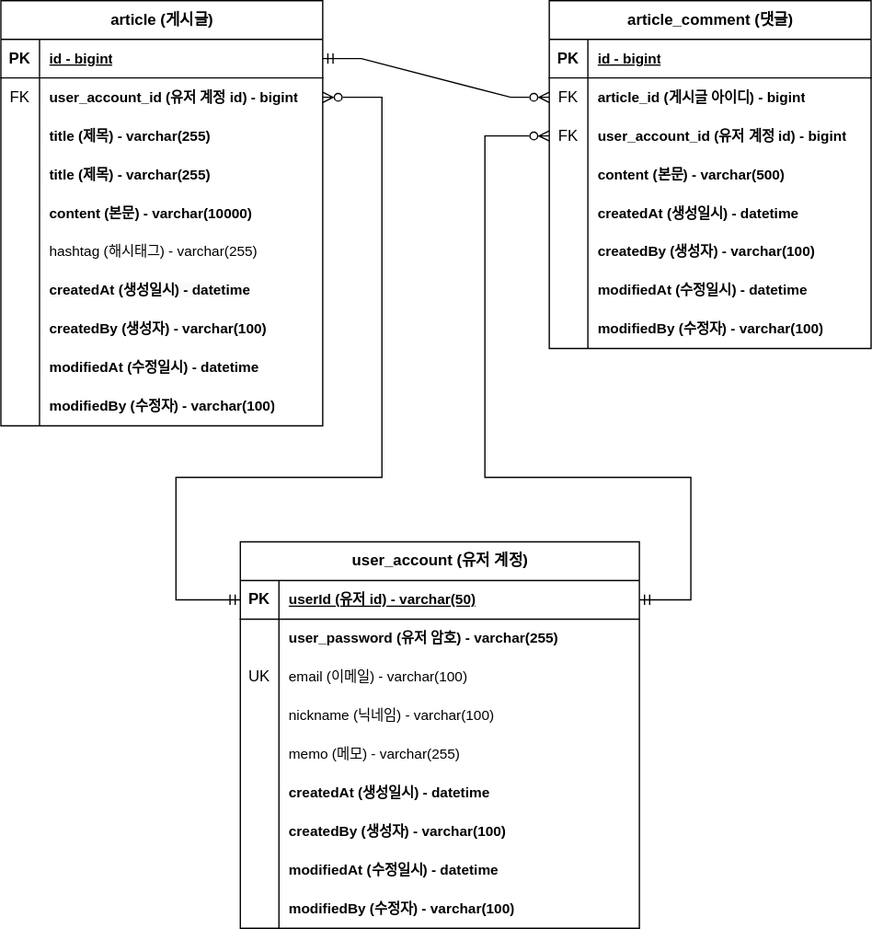
This is document/board-project-erd.svg from somang-lim/board-project, a draw.io export, as it was before one commit. Source tidied: cells renumbered, new cells last; positions are measured from the earlier drawing's top-left corner, leaving out a move shared by most shapes.
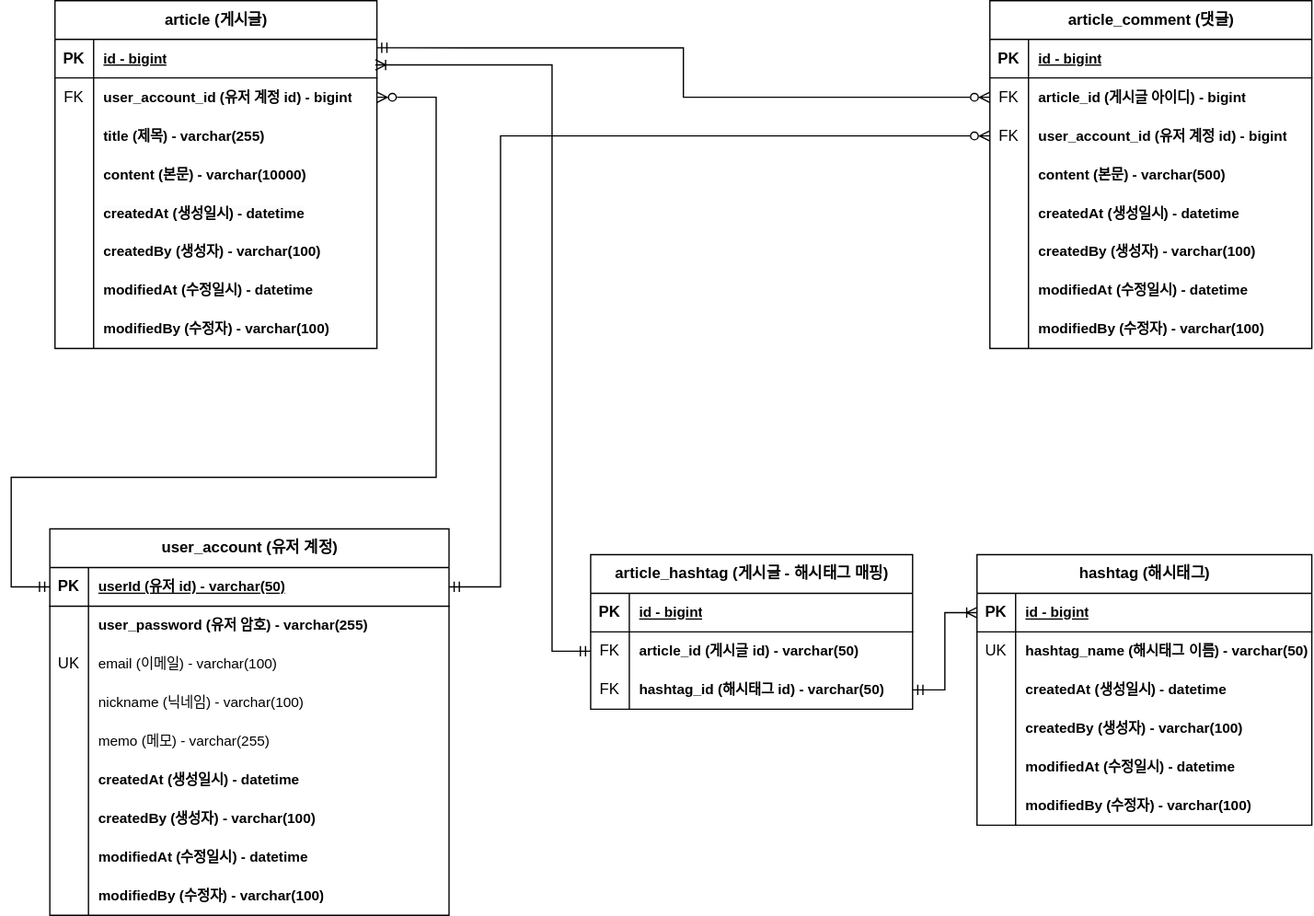
After the change.

Commit message:
#60 - board-project-erd.svg 업데이트: 대댓글, 해시태그

Change to the diagram source:
```diff
@@ -3,7 +3,7 @@
     <mxCell id="0" />
     <mxCell id="1" parent="0" />
     <mxCell id="2" value="article (게시글)" style="shape=table;startSize=30;rowLines=0;fontStyle=1;align=center;html=1;" parent="1" vertex="1">
-      <mxGeometry width="250" height="330" as="geometry" />
+      <mxGeometry width="250" height="270" as="geometry" />
     </mxCell>
     <mxCell id="3" style="shape=tableRow;horizontal=0;startSize=0;swimlaneHead=0;swimlaneBody=0;fillColor=none;points=[[0,0.5],[1,0.5]];portConstraint=eastwest;top=0;left=0;right=0;bottom=1;" parent="2" vertex="1">
       <mxGeometry y="30" width="250" height="30" as="geometry" />
@@ -32,17 +32,8 @@
     <mxCell id="11" value="title (제목) - varchar(255)" style="shape=partialRectangle;fillColor=none;top=0;left=0;bottom=0;right=0;align=left;spacingLeft=6;overflow=hidden;whiteSpace=wrap;html=1;fontStyle=1;fontSize=11;" parent="9" vertex="1">
       <mxGeometry x="30" width="220" height="30" as="geometry" />
     </mxCell>
-    <mxCell id="12" style="shape=tableRow;horizontal=0;startSize=0;swimlaneHead=0;swimlaneBody=0;fillColor=none;top=0;left=0;right=0;bottom=0;" parent="2" vertex="1">
-      <mxGeometry y="120" width="250" height="30" as="geometry" />
-    </mxCell>
-    <mxCell id="13" style="shape=partialRectangle;fillColor=none;top=0;left=0;bottom=0;right=0;overflow=hidden;whiteSpace=wrap;html=1;" parent="12" vertex="1">
-      <mxGeometry width="30" height="30" as="geometry" />
-    </mxCell>
-    <mxCell id="14" value="title (제목) - varchar(255)" style="shape=partialRectangle;fillColor=none;top=0;left=0;bottom=0;right=0;align=left;spacingLeft=6;overflow=hidden;whiteSpace=wrap;html=1;fontStyle=1;fontSize=11;" parent="12" vertex="1">
-      <mxGeometry x="30" width="220" height="30" as="geometry" />
-    </mxCell>
     <mxCell id="15" style="shape=tableRow;horizontal=0;startSize=0;swimlaneHead=0;swimlaneBody=0;fillColor=none;top=0;left=0;right=0;bottom=0;" parent="2" vertex="1">
-      <mxGeometry y="150" width="250" height="30" as="geometry" />
+      <mxGeometry y="120" width="250" height="30" as="geometry" />
     </mxCell>
     <mxCell id="16" style="shape=partialRectangle;fillColor=none;top=0;left=0;bottom=0;right=0;overflow=hidden;whiteSpace=wrap;html=1;" parent="15" vertex="1">
       <mxGeometry width="30" height="30" as="geometry" />
@@ -50,17 +41,8 @@
     <mxCell id="17" value="&lt;b&gt;content (본문) - varchar(10000)&lt;/b&gt;" style="shape=partialRectangle;fillColor=none;top=0;left=0;bottom=0;right=0;align=left;spacingLeft=6;overflow=hidden;whiteSpace=wrap;html=1;fontSize=11;" parent="15" vertex="1">
       <mxGeometry x="30" width="220" height="30" as="geometry" />
     </mxCell>
-    <mxCell id="18" style="shape=tableRow;horizontal=0;startSize=0;swimlaneHead=0;swimlaneBody=0;fillColor=none;top=0;left=0;right=0;bottom=0;" parent="2" vertex="1">
-      <mxGeometry y="180" width="250" height="30" as="geometry" />
-    </mxCell>
-    <mxCell id="19" style="shape=partialRectangle;fillColor=none;top=0;left=0;bottom=0;right=0;overflow=hidden;whiteSpace=wrap;html=1;" parent="18" vertex="1">
-      <mxGeometry width="30" height="30" as="geometry" />
-    </mxCell>
-    <mxCell id="20" value="&lt;span style=&quot;font-weight: normal;&quot;&gt;hashtag (해시태그) - varchar(255)&lt;/span&gt;" style="shape=partialRectangle;fillColor=none;top=0;left=0;bottom=0;right=0;align=left;spacingLeft=6;overflow=hidden;whiteSpace=wrap;html=1;fontStyle=1;fontSize=11;" parent="18" vertex="1">
-      <mxGeometry x="30" width="220" height="30" as="geometry" />
-    </mxCell>
     <mxCell id="21" style="shape=tableRow;horizontal=0;startSize=0;swimlaneHead=0;swimlaneBody=0;fillColor=none;top=0;left=0;right=0;bottom=0;" parent="2" vertex="1">
-      <mxGeometry y="210" width="250" height="30" as="geometry" />
+      <mxGeometry y="150" width="250" height="30" as="geometry" />
     </mxCell>
     <mxCell id="22" style="shape=partialRectangle;fillColor=none;top=0;left=0;bottom=0;right=0;overflow=hidden;whiteSpace=wrap;html=1;" parent="21" vertex="1">
       <mxGeometry width="30" height="30" as="geometry" />
@@ -69,7 +51,7 @@
       <mxGeometry x="30" width="220" height="30" as="geometry" />
     </mxCell>
     <mxCell id="24" style="shape=tableRow;horizontal=0;startSize=0;swimlaneHead=0;swimlaneBody=0;fillColor=none;top=0;left=0;right=0;bottom=0;" parent="2" vertex="1">
-      <mxGeometry y="240" width="250" height="30" as="geometry" />
+      <mxGeometry y="180" width="250" height="30" as="geometry" />
     </mxCell>
     <mxCell id="25" style="shape=partialRectangle;fillColor=none;top=0;left=0;bottom=0;right=0;overflow=hidden;whiteSpace=wrap;html=1;" parent="24" vertex="1">
       <mxGeometry width="30" height="30" as="geometry" />
@@ -78,7 +60,7 @@
       <mxGeometry x="30" width="220" height="30" as="geometry" />
     </mxCell>
     <mxCell id="27" style="shape=tableRow;horizontal=0;startSize=0;swimlaneHead=0;swimlaneBody=0;fillColor=none;top=0;left=0;right=0;bottom=0;" parent="2" vertex="1">
-      <mxGeometry y="270" width="250" height="30" as="geometry" />
+      <mxGeometry y="210" width="250" height="30" as="geometry" />
     </mxCell>
     <mxCell id="28" style="shape=partialRectangle;fillColor=none;top=0;left=0;bottom=0;right=0;overflow=hidden;whiteSpace=wrap;html=1;" parent="27" vertex="1">
       <mxGeometry width="30" height="30" as="geometry" />
@@ -87,7 +69,7 @@
       <mxGeometry x="30" width="220" height="30" as="geometry" />
     </mxCell>
     <mxCell id="30" style="shape=tableRow;horizontal=0;startSize=0;swimlaneHead=0;swimlaneBody=0;fillColor=none;top=0;left=0;right=0;bottom=0;" parent="2" vertex="1">
-      <mxGeometry y="300" width="250" height="30" as="geometry" />
+      <mxGeometry y="240" width="250" height="30" as="geometry" />
     </mxCell>
     <mxCell id="31" style="shape=partialRectangle;fillColor=none;top=0;left=0;bottom=0;right=0;overflow=hidden;whiteSpace=wrap;html=1;" parent="30" vertex="1">
       <mxGeometry width="30" height="30" as="geometry" />
@@ -96,7 +78,7 @@
       <mxGeometry x="30" width="220" height="30" as="geometry" />
     </mxCell>
     <mxCell id="33" value="article_comment (댓글)" style="shape=table;startSize=30;rowLines=0;fontStyle=1;align=center;html=1;" parent="1" vertex="1">
-      <mxGeometry x="426" width="250" height="270" as="geometry" />
+      <mxGeometry x="726" width="250" height="270" as="geometry" />
     </mxCell>
     <mxCell id="34" style="shape=tableRow;horizontal=0;startSize=0;swimlaneHead=0;swimlaneBody=0;fillColor=none;top=0;left=0;right=0;bottom=1;" parent="33" vertex="1">
       <mxGeometry y="30" width="250" height="30" as="geometry" />
@@ -170,11 +152,11 @@
     <mxCell id="57" value="modifiedBy (수정자) - varchar(100)" style="shape=partialRectangle;fillColor=none;top=0;left=0;bottom=0;right=0;align=left;spacingLeft=6;overflow=hidden;whiteSpace=wrap;html=1;fontStyle=1;fontSize=11;" parent="55" vertex="1">
       <mxGeometry x="30" width="220" height="30" as="geometry" />
     </mxCell>
-    <mxCell id="58" style="rounded=0;jettySize=auto;html=1;exitX=1;exitY=0.5;exitDx=0;exitDy=0;entryX=0;entryY=0.5;entryDx=0;entryDy=0;edgeStyle=entityRelationEdgeStyle;endArrow=ERzeroToMany;endFill=0;startArrow=ERmandOne;startFill=0;" parent="1" edge="1" source="3" target="37">
+    <mxCell id="58" style="rounded=0;jettySize=auto;html=1;exitX=0.999;exitY=0.22;exitDx=0;exitDy=0;entryX=0;entryY=0.5;entryDx=0;entryDy=0;edgeStyle=orthogonalEdgeStyle;endArrow=ERzeroToMany;endFill=0;startArrow=ERmandOne;startFill=0;exitPerimeter=0;" parent="1" edge="1" source="3" target="37">
       <mxGeometry relative="1" as="geometry" />
     </mxCell>
     <mxCell id="59" value="user_account (유저 계정)" style="shape=table;startSize=30;rowLines=0;fontStyle=1;align=center;html=1;" parent="1" vertex="1">
-      <mxGeometry x="186" y="420" width="310" height="300" as="geometry" />
+      <mxGeometry x="-4" y="410" width="310" height="300" as="geometry" />
     </mxCell>
     <mxCell id="60" style="shape=tableRow;horizontal=0;startSize=0;swimlaneHead=0;swimlaneBody=0;fillColor=none;points=[[0,0.5],[1,0.5]];portConstraint=eastwest;top=0;left=0;right=0;bottom=1;" parent="59" vertex="1">
       <mxGeometry y="30" width="310" height="30" as="geometry" />
@@ -257,25 +239,121 @@
     <mxCell id="86" value="modifiedBy (수정자) - varchar(100)" style="shape=partialRectangle;fillColor=none;top=0;left=0;bottom=0;right=0;align=left;spacingLeft=6;overflow=hidden;whiteSpace=wrap;html=1;fontStyle=1;fontSize=11;" parent="84" vertex="1">
       <mxGeometry x="30" width="280" height="30" as="geometry" />
     </mxCell>
-    <mxCell id="87" style="edgeStyle=orthogonalEdgeStyle;rounded=0;jettySize=auto;html=1;endArrow=ERmandOne;endFill=0;exitX=1;exitY=0.5;exitDx=0;exitDy=0;startArrow=ERzeroToMany;startFill=0;" parent="1" edge="1" source="6" target="60">
+    <mxCell id="87" style="edgeStyle=orthogonalEdgeStyle;rounded=0;jettySize=auto;html=1;endArrow=ERmandOne;endFill=0;exitX=1;exitY=0.5;exitDx=0;exitDy=0;startArrow=ERzeroToMany;startFill=0;entryX=0;entryY=0.5;entryDx=0;entryDy=0;" parent="1" edge="1" source="6" target="60">
       <mxGeometry relative="1" as="geometry">
         <Array as="points">
           <mxPoint x="296" y="75" />
           <mxPoint x="296" y="370" />
-          <mxPoint x="136" y="370" />
-          <mxPoint x="136" y="465" />
+          <mxPoint x="-34" y="370" />
+          <mxPoint x="-34" y="455" />
         </Array>
       </mxGeometry>
     </mxCell>
     <mxCell id="88" style="edgeStyle=orthogonalEdgeStyle;rounded=0;jettySize=auto;html=1;exitX=0;exitY=0.5;exitDx=0;exitDy=0;entryX=1;entryY=0.5;entryDx=0;entryDy=0;endArrow=ERmandOne;endFill=0;startArrow=ERzeroToMany;startFill=0;" parent="1" edge="1" source="40" target="60">
       <mxGeometry relative="1" as="geometry">
         <Array as="points">
-          <mxPoint x="376" y="105" />
-          <mxPoint x="376" y="370" />
-          <mxPoint x="536" y="370" />
-          <mxPoint x="536" y="465" />
+          <mxPoint x="346" y="105" />
+          <mxPoint x="346" y="455" />
         </Array>
       </mxGeometry>
     </mxCell>
+    <mxCell id="89" value="article_hashtag (게시글 - 해시태그 매핑)" style="shape=table;startSize=30;rowLines=0;fontStyle=1;align=center;html=1;" parent="1" vertex="1">
+      <mxGeometry x="416" y="430" width="250" height="120" as="geometry" />
+    </mxCell>
+    <mxCell id="90" style="shape=tableRow;horizontal=0;startSize=0;swimlaneHead=0;swimlaneBody=0;fillColor=none;top=0;left=0;right=0;bottom=1;" parent="89" vertex="1">
+      <mxGeometry y="30" width="250" height="30" as="geometry" />
+    </mxCell>
+    <mxCell id="91" value="PK" style="shape=partialRectangle;fillColor=none;top=0;left=0;bottom=0;right=0;fontStyle=1;overflow=hidden;whiteSpace=wrap;html=1;" parent="90" vertex="1">
+      <mxGeometry width="30" height="30" as="geometry" />
+    </mxCell>
+    <mxCell id="92" value="id - bigint" style="shape=partialRectangle;fillColor=none;top=0;left=0;bottom=0;right=0;align=left;spacingLeft=6;fontStyle=5;overflow=hidden;whiteSpace=wrap;html=1;fontSize=11;" parent="90" vertex="1">
+      <mxGeometry x="30" width="220" height="30" as="geometry" />
+    </mxCell>
+    <mxCell id="93" style="shape=tableRow;horizontal=0;startSize=0;swimlaneHead=0;swimlaneBody=0;fillColor=none;points=[[0,0.5],[1,0.5]];portConstraint=eastwest;top=0;left=0;right=0;bottom=0;" parent="89" vertex="1">
+      <mxGeometry y="60" width="250" height="30" as="geometry" />
+    </mxCell>
+    <mxCell id="94" value="FK" style="shape=partialRectangle;fillColor=none;top=0;left=0;bottom=0;right=0;overflow=hidden;whiteSpace=wrap;html=1;" parent="93" vertex="1">
+      <mxGeometry width="30" height="30" as="geometry" />
+    </mxCell>
+    <mxCell id="95" value="article_id (게시글 id) - varchar(50)" style="shape=partialRectangle;fillColor=none;top=0;left=0;bottom=0;right=0;align=left;spacingLeft=6;overflow=hidden;whiteSpace=wrap;html=1;fontStyle=1;fontSize=11;" parent="93" vertex="1">
+      <mxGeometry x="30" width="220" height="30" as="geometry" />
+    </mxCell>
+    <mxCell id="96" style="shape=tableRow;horizontal=0;startSize=0;swimlaneHead=0;swimlaneBody=0;fillColor=none;points=[[0,0.5],[1,0.5]];portConstraint=eastwest;top=0;left=0;right=0;bottom=0;" parent="89" vertex="1">
+      <mxGeometry y="90" width="250" height="30" as="geometry" />
+    </mxCell>
+    <mxCell id="97" value="FK" style="shape=partialRectangle;fillColor=none;top=0;left=0;bottom=0;right=0;overflow=hidden;whiteSpace=wrap;html=1;" parent="96" vertex="1">
+      <mxGeometry width="30" height="30" as="geometry" />
+    </mxCell>
+    <mxCell id="98" value="hashtag_id (해시태그 id) - varchar(50)" style="shape=partialRectangle;fillColor=none;top=0;left=0;bottom=0;right=0;align=left;spacingLeft=6;overflow=hidden;whiteSpace=wrap;html=1;fontStyle=1;fontSize=11;" parent="96" vertex="1">
+      <mxGeometry x="30" width="220" height="30" as="geometry" />
+    </mxCell>
+    <mxCell id="99" style="edgeStyle=orthogonalEdgeStyle;rounded=0;jettySize=auto;html=1;exitX=0;exitY=0.5;exitDx=0;exitDy=0;entryX=0.995;entryY=0.664;entryDx=0;entryDy=0;entryPerimeter=0;endArrow=ERoneToMany;endFill=0;startArrow=ERmandOne;startFill=0;" parent="1" edge="1" source="93" target="3">
+      <mxGeometry relative="1" as="geometry">
+        <Array as="points">
+          <mxPoint x="386" y="505" />
+          <mxPoint x="386" y="50" />
+        </Array>
+      </mxGeometry>
+    </mxCell>
+    <mxCell id="100" value="hashtag (해시태그)" style="shape=table;startSize=30;rowLines=0;fontStyle=1;align=center;html=1;" parent="1" vertex="1">
+      <mxGeometry x="716" y="430" width="260" height="210" as="geometry" />
+    </mxCell>
+    <mxCell id="101" style="shape=tableRow;horizontal=0;startSize=0;swimlaneHead=0;swimlaneBody=0;fillColor=none;points=[[0,0.5],[1,0.5]];portConstraint=eastwest;top=0;left=0;right=0;bottom=1;" parent="100" vertex="1">
+      <mxGeometry y="30" width="260" height="30" as="geometry" />
+    </mxCell>
+    <mxCell id="102" value="PK" style="shape=partialRectangle;fillColor=none;top=0;left=0;bottom=0;right=0;fontStyle=1;overflow=hidden;whiteSpace=wrap;html=1;" parent="101" vertex="1">
+      <mxGeometry width="30" height="30" as="geometry" />
+    </mxCell>
+    <mxCell id="103" value="id - bigint" style="shape=partialRectangle;fillColor=none;top=0;left=0;bottom=0;right=0;align=left;spacingLeft=6;fontStyle=5;overflow=hidden;whiteSpace=wrap;html=1;fontSize=11;" parent="101" vertex="1">
+      <mxGeometry x="30" width="230" height="30" as="geometry" />
+    </mxCell>
+    <mxCell id="104" style="shape=tableRow;horizontal=0;startSize=0;swimlaneHead=0;swimlaneBody=0;fillColor=none;top=0;left=0;right=0;bottom=0;" parent="100" vertex="1">
+      <mxGeometry y="60" width="260" height="30" as="geometry" />
+    </mxCell>
+    <mxCell id="105" value="UK" style="shape=partialRectangle;fillColor=none;top=0;left=0;bottom=0;right=0;overflow=hidden;whiteSpace=wrap;html=1;" parent="104" vertex="1">
+      <mxGeometry width="30" height="30" as="geometry" />
+    </mxCell>
+    <mxCell id="106" value="hashtag_name (해시태그 이름) - varchar(50)" style="shape=partialRectangle;fillColor=none;top=0;left=0;bottom=0;right=0;align=left;spacingLeft=6;overflow=hidden;whiteSpace=wrap;html=1;fontStyle=1;fontSize=11;" parent="104" vertex="1">
+      <mxGeometry x="30" width="230" height="30" as="geometry" />
+    </mxCell>
+    <mxCell id="107" style="shape=tableRow;horizontal=0;startSize=0;swimlaneHead=0;swimlaneBody=0;fillColor=none;top=0;left=0;right=0;bottom=0;" parent="100" vertex="1">
+      <mxGeometry y="90" width="260" height="30" as="geometry" />
+    </mxCell>
+    <mxCell id="108" style="shape=partialRectangle;fillColor=none;top=0;left=0;bottom=0;right=0;overflow=hidden;whiteSpace=wrap;html=1;" parent="107" vertex="1">
+      <mxGeometry width="30" height="30" as="geometry" />
+    </mxCell>
+    <mxCell id="109" value="createdAt (생성일시) - datetime" style="shape=partialRectangle;fillColor=none;top=0;left=0;bottom=0;right=0;align=left;spacingLeft=6;overflow=hidden;whiteSpace=wrap;html=1;fontStyle=1;fontSize=11;" parent="107" vertex="1">
+      <mxGeometry x="30" width="230" height="30" as="geometry" />
+    </mxCell>
+    <mxCell id="110" style="shape=tableRow;horizontal=0;startSize=0;swimlaneHead=0;swimlaneBody=0;fillColor=none;top=0;left=0;right=0;bottom=0;" parent="100" vertex="1">
+      <mxGeometry y="120" width="260" height="30" as="geometry" />
+    </mxCell>
+    <mxCell id="111" style="shape=partialRectangle;fillColor=none;top=0;left=0;bottom=0;right=0;overflow=hidden;whiteSpace=wrap;html=1;" parent="110" vertex="1">
+      <mxGeometry width="30" height="30" as="geometry" />
+    </mxCell>
+    <mxCell id="112" value="createdBy (생성자) - varchar(100)" style="shape=partialRectangle;fillColor=none;top=0;left=0;bottom=0;right=0;align=left;spacingLeft=6;overflow=hidden;whiteSpace=wrap;html=1;fontStyle=1;fontSize=11;" parent="110" vertex="1">
+      <mxGeometry x="30" width="230" height="30" as="geometry" />
+    </mxCell>
+    <mxCell id="113" style="shape=tableRow;horizontal=0;startSize=0;swimlaneHead=0;swimlaneBody=0;fillColor=none;top=0;left=0;right=0;bottom=0;" parent="100" vertex="1">
+      <mxGeometry y="150" width="260" height="30" as="geometry" />
+    </mxCell>
+    <mxCell id="114" style="shape=partialRectangle;fillColor=none;top=0;left=0;bottom=0;right=0;overflow=hidden;whiteSpace=wrap;html=1;" parent="113" vertex="1">
+      <mxGeometry width="30" height="30" as="geometry" />
+    </mxCell>
+    <mxCell id="115" value="modifiedAt (수정일시) - datetime" style="shape=partialRectangle;fillColor=none;top=0;left=0;bottom=0;right=0;align=left;spacingLeft=6;overflow=hidden;whiteSpace=wrap;html=1;fontStyle=1;fontSize=11;" parent="113" vertex="1">
+      <mxGeometry x="30" width="230" height="30" as="geometry" />
+    </mxCell>
+    <mxCell id="116" style="shape=tableRow;horizontal=0;startSize=0;swimlaneHead=0;swimlaneBody=0;fillColor=none;top=0;left=0;right=0;bottom=0;" parent="100" vertex="1">
+      <mxGeometry y="180" width="260" height="30" as="geometry" />
+    </mxCell>
+    <mxCell id="117" style="shape=partialRectangle;fillColor=none;top=0;left=0;bottom=0;right=0;overflow=hidden;whiteSpace=wrap;html=1;" parent="116" vertex="1">
+      <mxGeometry width="30" height="30" as="geometry" />
+    </mxCell>
+    <mxCell id="118" value="modifiedBy (수정자) - varchar(100)" style="shape=partialRectangle;fillColor=none;top=0;left=0;bottom=0;right=0;align=left;spacingLeft=6;overflow=hidden;whiteSpace=wrap;html=1;fontStyle=1;fontSize=11;" parent="116" vertex="1">
+      <mxGeometry x="30" width="230" height="30" as="geometry" />
+    </mxCell>
+    <mxCell id="119" style="edgeStyle=orthogonalEdgeStyle;rounded=0;jettySize=auto;html=1;entryX=0;entryY=0.5;entryDx=0;entryDy=0;endArrow=ERoneToMany;endFill=0;startArrow=ERmandOne;startFill=0;" parent="1" edge="1" source="96" target="101">
+      <mxGeometry relative="1" as="geometry" />
+    </mxCell>
   </root>
 </mxGraphModel>
```
